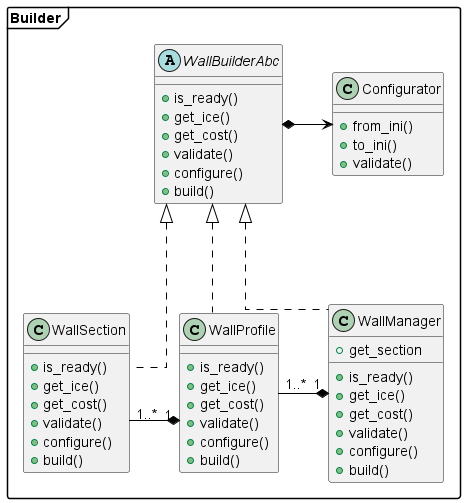
The PlantUML diagram assets/images/C4_L4_composite.png in braboj/the-great-wall, before a commit. Its diagram source:
```plantuml
@startuml

skinparam {
    PackageStyle Frame
    ArrowColor #000000
    BackgroundColor #ffffff
    BorderColor #b0b0b0
    linetype polyline
    linetype ortho
    nodesep 50
    ranksep 100
}

package "Builder" {
    abstract WallBuilderAbc{
        +is_ready()
        +get_ice()
        +get_cost()
        +validate()
        +configure()
        +build()
    }

    class WallManager{
        +get_section
        +is_ready()
        +get_ice()
        +get_cost()
        +validate()
        +configure()
        +build()
    }

    class WallSection{
        +is_ready()
        +get_ice()
        +get_cost()
        +validate()
        +configure()
        +build()
    }

    class WallProfile{
        +is_ready()
        +get_ice()
        +get_cost()
        +validate()
        +configure()
        +build()
    }

    class Configurator{
        +from_ini()
        +to_ini()
        +validate()
    }
}

WallBuilderAbc <|.. WallSection
WallBuilderAbc <|.. WallManager
WallBuilderAbc <|.. WallProfile

WallBuilderAbc *-right-> Configurator
WallManager "1" *-left- "1..*" WallProfile
WallProfile "1" *-left- "1..*" WallSection

@enduml
```
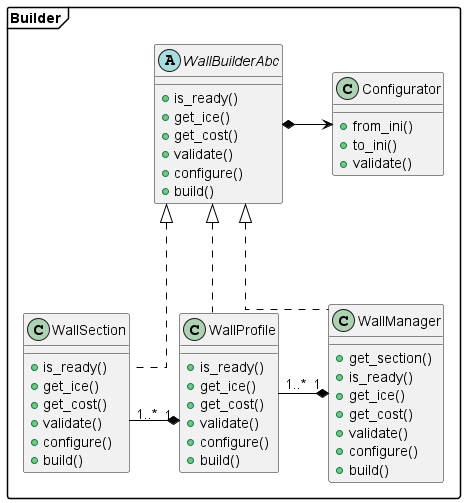
The same diagram one commit later.

What changed in the source:
```diff
@@ -22,7 +22,7 @@
     }
 
     class WallManager{
-        +get_section
+        +get_section()
         +is_ready()
         +get_ice()
         +get_cost()
```
